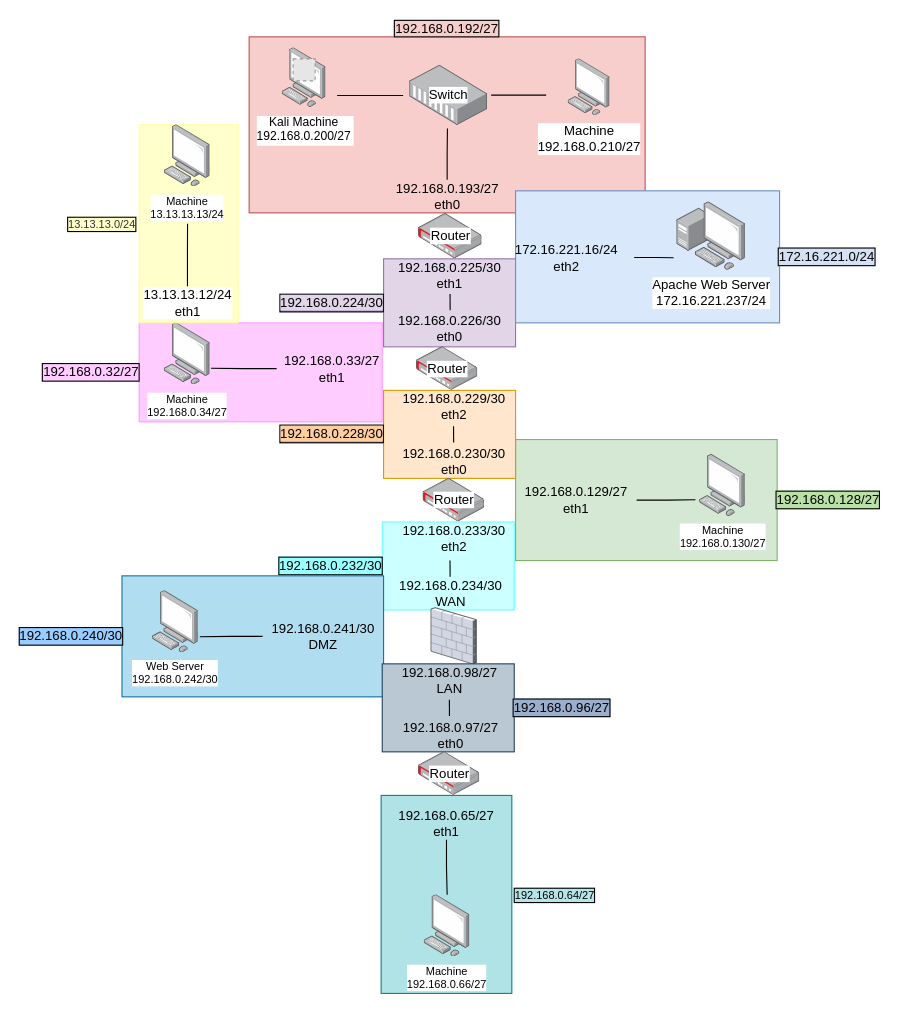
This is Untitled Diagram.drawio from lukeitslukas/networking, a draw.io file, before an edit. Source tidied: cells renumbered, new cells numbered last; positions are measured from the earlier drawing's top-left corner, leaving out a move shared by most shapes. Both pictures are drawn from the tidied source at 110%, with x=0, y=0 at pixel (121, 36). Pictures stored in the file or linked from it are replaced by grey dashed boxes.
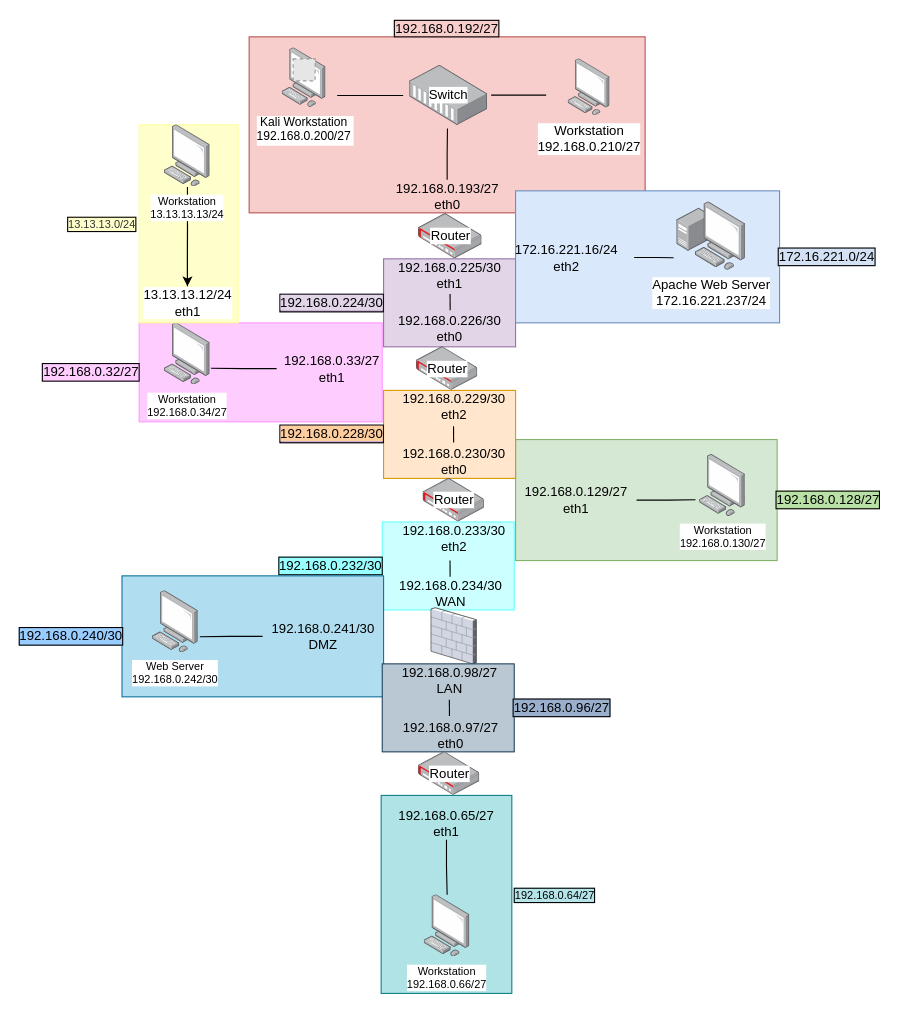
After the change.

Unchanged cells that the change refers to:
```xml
<mxCell id="33" value="&lt;div&gt;13.13.13.12/24&lt;/div&gt;eth1" style="text;html=1;align=center;verticalAlign=middle;points=[];strokeColor=none;fillColor=none;labelBorderColor=none;labelBackgroundColor=default;" parent="1" vertex="1">
  <mxGeometry x="9.9" y="226.8" width="100" height="30" as="geometry" />
</mxCell>
<mxCell id="51" style="group;" parent="1" vertex="1">
  <mxGeometry x="146" y="10" width="45.6" height="61.8" as="geometry" />
</mxCell>
```

Diff of the diagram source:
```diff
@@
-    <mxCell id="9" value="&lt;div&gt;Machine&lt;br&gt;&lt;/div&gt;&lt;div&gt;192.168.0.210/27&lt;/div&gt;" style="html=1;align=center;shadow=0;dashed=0;image;image=img/lib/allied_telesis/computer_and_terminals/Personal_Computer.svg;" parent="1" vertex="1">
+    <mxCell id="9" value="&lt;div&gt;Workstation&lt;br&gt;&lt;/div&gt;&lt;div&gt;192.168.0.210/27&lt;/div&gt;" style="html=1;align=center;shadow=0;dashed=0;image;image=img/lib/allied_telesis/computer_and_terminals/Personal_Computer.svg;" parent="1" vertex="1">
       <mxGeometry x="406" y="20" width="38.2" height="51.8" as="geometry" />
     </mxCell>
@@
-    <mxCell id="28" value="&lt;div style=&quot;font-size: 10px;&quot;&gt;Machine&lt;br style=&quot;font-size: 10px;&quot;&gt;&lt;/div&gt;&lt;div style=&quot;font-size: 10px;&quot;&gt;192.168.0.34/27&lt;/div&gt;" style="points=[];html=1;align=center;shadow=0;dashed=0;image;image=img/lib/allied_telesis/computer_and_terminals/Personal_Computer.svg;whiteSpace=wrap;fontSize=10;verticalAlign=top;" parent="1" vertex="1">
+    <mxCell id="28" value="&lt;div style=&quot;font-size: 10px&quot;&gt;Workstation&lt;br style=&quot;font-size: 10px&quot;&gt;&lt;/div&gt;&lt;div style=&quot;font-size: 10px&quot;&gt;192.168.0.34/27&lt;/div&gt;" style="points=[];html=1;align=center;shadow=0;dashed=0;image;image=img/lib/allied_telesis/computer_and_terminals/Personal_Computer.svg;whiteSpace=wrap;fontSize=10;verticalAlign=top;" parent="1" vertex="1">
       <mxGeometry x="39" y="260" width="41.7" height="56.5" as="geometry" />
     </mxCell>
-    <mxCell id="29" value="&lt;div style=&quot;font-size: 10px&quot;&gt;Machine&lt;br style=&quot;font-size: 10px&quot;&gt;&lt;/div&gt;&lt;div style=&quot;font-size: 10px&quot;&gt;192.168.0.130/27&lt;/div&gt;" style="points=[];html=1;align=center;shadow=0;dashed=0;image;image=img/lib/allied_telesis/computer_and_terminals/Personal_Computer.svg;whiteSpace=wrap;fontSize=10;verticalAlign=top;" parent="1" vertex="1">
+    <mxCell id="29" value="&lt;div style=&quot;font-size: 10px&quot;&gt;Workstation&lt;br style=&quot;font-size: 10px&quot;&gt;&lt;/div&gt;&lt;div style=&quot;font-size: 10px&quot;&gt;192.168.0.130/27&lt;/div&gt;" style="points=[];html=1;align=center;shadow=0;dashed=0;image;image=img/lib/allied_telesis/computer_and_terminals/Personal_Computer.svg;whiteSpace=wrap;fontSize=10;verticalAlign=top;" parent="1" vertex="1">
       <mxGeometry x="525.5" y="379.6" width="41.7" height="56.5" as="geometry" />
     </mxCell>
@@
+    <mxCell id="57" style="edgeStyle=orthogonalEdgeStyle;rounded=0;jettySize=auto;html=1;" parent="1" edge="1" source="31" target="33">
+      <mxGeometry relative="1" as="geometry" />
+    </mxCell>
-    <mxCell id="31" value="&lt;div style=&quot;font-size: 10px&quot;&gt;Machine&lt;br style=&quot;font-size: 10px&quot;&gt;&lt;/div&gt;&lt;div style=&quot;font-size: 10px&quot;&gt;13.13.13.13/24&lt;/div&gt;" style="points=[];html=1;align=center;shadow=0;dashed=0;image;image=img/lib/allied_telesis/computer_and_terminals/Personal_Computer.svg;whiteSpace=wrap;fontSize=10;verticalAlign=top;" parent="1" vertex="1">
+    <mxCell id="31" value="&lt;div style=&quot;font-size: 10px&quot;&gt;Workstation&lt;br style=&quot;font-size: 10px&quot;&gt;&lt;/div&gt;&lt;div style=&quot;font-size: 10px&quot;&gt;13.13.13.13/24&lt;/div&gt;" style="points=[];html=1;align=center;shadow=0;dashed=0;image;image=img/lib/allied_telesis/computer_and_terminals/Personal_Computer.svg;whiteSpace=wrap;fontSize=10;verticalAlign=top;" parent="1" vertex="1">
       <mxGeometry x="39" y="80" width="41.7" height="56.5" as="geometry" />
     </mxCell>
@@
-    <mxCell id="48" value="&lt;div style=&quot;font-size: 10px&quot;&gt;Machine&lt;br style=&quot;font-size: 10px&quot;&gt;&lt;/div&gt;&lt;div style=&quot;font-size: 10px&quot;&gt;192.168.0.66/27&lt;/div&gt;" style="points=[];html=1;align=center;shadow=0;dashed=0;image;image=img/lib/allied_telesis/computer_and_terminals/Personal_Computer.svg;whiteSpace=wrap;fontSize=10;verticalAlign=top;" parent="1" vertex="1">
+    <mxCell id="48" value="&lt;div style=&quot;font-size: 10px&quot;&gt;Workstation&lt;br style=&quot;font-size: 10px&quot;&gt;&lt;/div&gt;&lt;div style=&quot;font-size: 10px&quot;&gt;192.168.0.66/27&lt;/div&gt;" style="points=[];html=1;align=center;shadow=0;dashed=0;image;image=img/lib/allied_telesis/computer_and_terminals/Personal_Computer.svg;whiteSpace=wrap;fontSize=10;verticalAlign=top;" parent="1" vertex="1">
       <mxGeometry x="275.1" y="780" width="41.7" height="56.5" as="geometry" />
     </mxCell>
@@
-    <mxCell id="52" value="Kali Machine&#10;192.168.0.200/27" style="align=center;shadow=0;dashed=0;image;image=img/lib/allied_telesis/computer_and_terminals/Personal_Computer.svg;fontSize=11;" parent="51" vertex="1">
+    <mxCell id="52" value="Kali Workstation&#10;192.168.0.200/27" style="align=center;shadow=0;dashed=0;image;image=img/lib/allied_telesis/computer_and_terminals/Personal_Computer.svg;fontSize=11;" parent="51" vertex="1">
       <mxGeometry width="40" height="54.2" as="geometry" />
     </mxCell>
```
